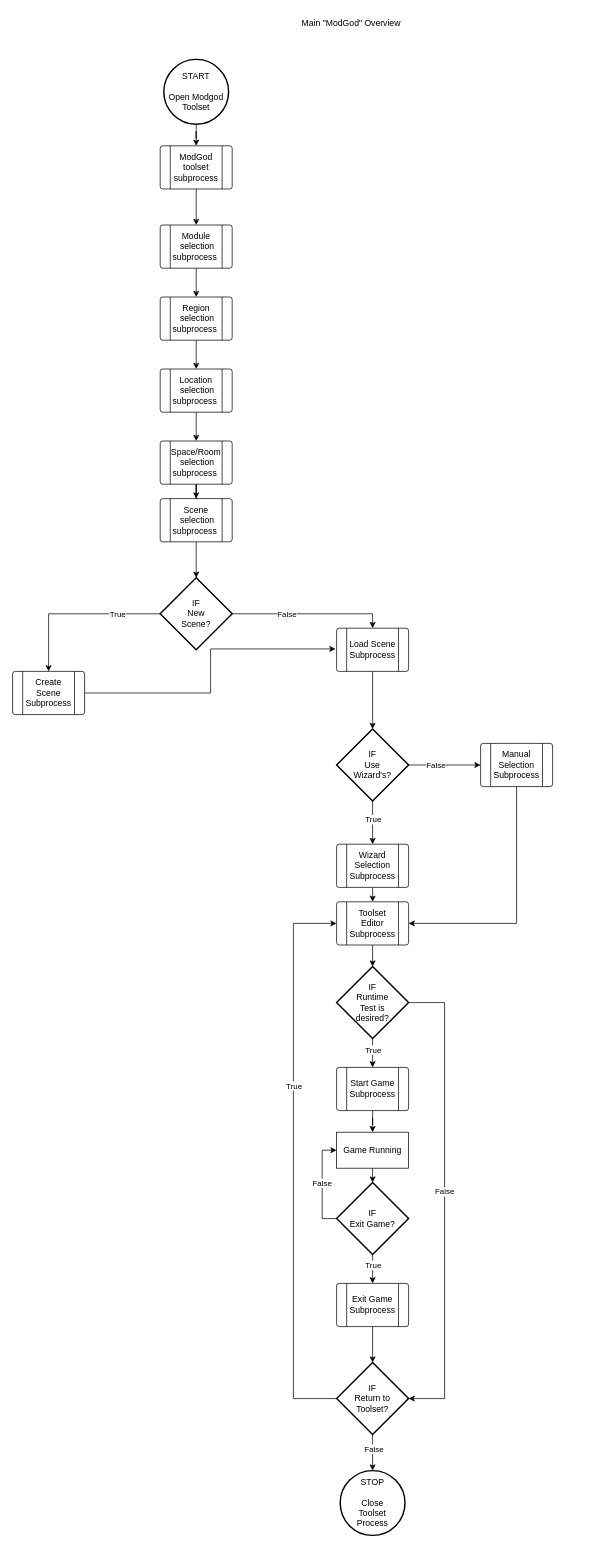
This is Phase2/Flowcharts/modgodToolset/ModGod/ModGodLocationSelectionSubprocess.drawio from RPG-Research/bcirpg, a draw.io file, before an edit. Source tidied: cells renumbered, new cells numbered last; positions are measured from the earlier drawing's top-left corner, leaving out a move shared by most shapes. Both pictures are drawn from the tidied source at 72%, with x=0, y=0 at pixel (12, 12).
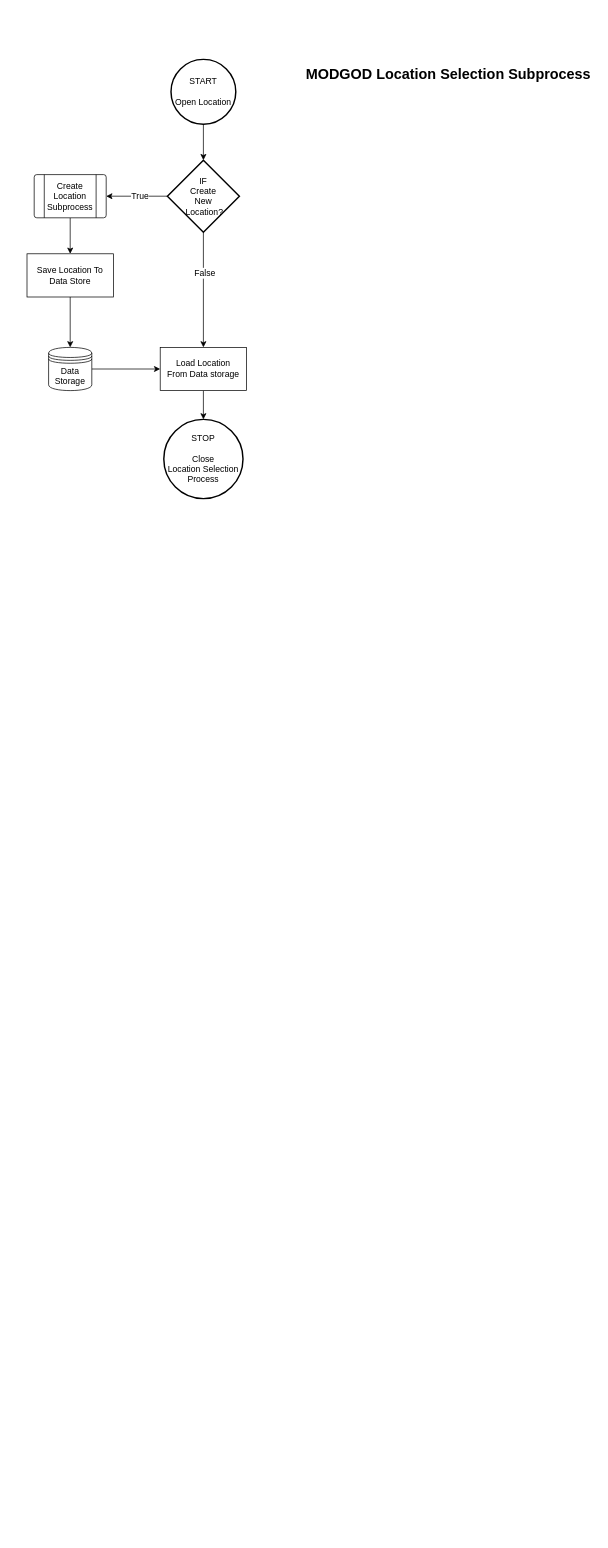
Above is the later version.

Commit message (it also covers changes not shown here):
Added updates for the selection side of the modgod flowcharts

Change to the diagram source:
```diff
@@
-    <mxCell id="2" style="edgeStyle=orthogonalEdgeStyle;rounded=0;jettySize=auto;html=1;entryX=0.5;entryY=0;entryDx=0;entryDy=0;" parent="1" edge="1" source="3" target="5">
-      <mxGeometry relative="1" as="geometry" />
-    </mxCell>
-    <mxCell id="3" value="START&lt;br&gt;&lt;br&gt;Open Modgod&lt;br&gt;Toolset" style="strokeWidth=2;html=1;shape=mxgraph.flowchart.start_2;whiteSpace=wrap;" parent="1" vertex="1">
-      <mxGeometry x="210" y="65" width="90" height="90" as="geometry" />
-    </mxCell>
-    <mxCell id="4" style="edgeStyle=orthogonalEdgeStyle;rounded=0;jettySize=auto;html=1;entryX=0.5;entryY=0;entryDx=0;entryDy=0;" parent="1" edge="1" source="5" target="7">
-      <mxGeometry relative="1" as="geometry" />
-    </mxCell>
-    <mxCell id="5" value="ModGod toolset subprocess" style="verticalLabelPosition=middle;verticalAlign=middle;html=1;shape=process;whiteSpace=wrap;rounded=1;size=0.14;arcSize=6;labelPosition=center;align=center;" parent="1" vertex="1">
-      <mxGeometry x="205" y="185" width="100" height="60" as="geometry" />
-    </mxCell>
-    <mxCell id="6" style="edgeStyle=orthogonalEdgeStyle;rounded=0;jettySize=auto;html=1;exitX=0.5;exitY=1;exitDx=0;exitDy=0;entryX=0.5;entryY=0;entryDx=0;entryDy=0;" parent="1" edge="1" source="7" target="54">
-      <mxGeometry relative="1" as="geometry" />
-    </mxCell>
-    <mxCell id="7" value="Module&lt;br&gt;&amp;nbsp;selection subprocess&amp;nbsp;" style="verticalLabelPosition=middle;verticalAlign=middle;html=1;shape=process;whiteSpace=wrap;rounded=1;size=0.14;arcSize=6;labelPosition=center;align=center;" parent="1" vertex="1">
-      <mxGeometry x="205" y="295" width="100" height="60" as="geometry" />
-    </mxCell>
-    <mxCell id="8" style="edgeStyle=orthogonalEdgeStyle;rounded=0;jettySize=auto;html=1;exitX=0.5;exitY=1;exitDx=0;exitDy=0;" parent="1" edge="1" source="52">
-      <mxGeometry relative="1" as="geometry">
-        <mxPoint x="255" y="785" as="targetPoint" />
-      </mxGeometry>
-    </mxCell>
-    <mxCell id="9" style="edgeStyle=orthogonalEdgeStyle;rounded=0;jettySize=auto;html=1;exitX=1;exitY=0.5;exitDx=0;exitDy=0;exitPerimeter=0;entryX=0.5;entryY=0;entryDx=0;entryDy=0;" parent="1" edge="1" source="13" target="26">
-      <mxGeometry relative="1" as="geometry" />
-    </mxCell>
-    <mxCell id="10" value="False" style="edgeLabel;html=1;align=center;verticalAlign=middle;" parent="9" vertex="1">
-      <mxGeometry x="-0.3" relative="1" as="geometry" />
-    </mxCell>
-    <mxCell id="11" style="edgeStyle=orthogonalEdgeStyle;rounded=0;jettySize=auto;html=1;entryX=0.5;entryY=0;entryDx=0;entryDy=0;" parent="1" edge="1" source="13" target="28">
-      <mxGeometry relative="1" as="geometry" />
-    </mxCell>
-    <mxCell id="12" value="True" style="edgeLabel;html=1;align=center;verticalAlign=middle;" parent="11" vertex="1">
-      <mxGeometry x="-0.49" relative="1" as="geometry" />
-    </mxCell>
-    <mxCell id="13" value="IF&lt;br&gt;New&lt;br&gt;Scene?" style="strokeWidth=2;html=1;shape=mxgraph.flowchart.decision;whiteSpace=wrap;" parent="1" vertex="1">
-      <mxGeometry x="205" y="785" width="100" height="100" as="geometry" />
-    </mxCell>
-    <mxCell id="14" style="edgeStyle=orthogonalEdgeStyle;rounded=0;jettySize=auto;html=1;exitX=0.5;exitY=1;exitDx=0;exitDy=0;entryX=0.5;entryY=0;entryDx=0;entryDy=0;" parent="1" edge="1" source="15" target="38">
-      <mxGeometry relative="1" as="geometry" />
-    </mxCell>
-    <mxCell id="15" value="Wizard&lt;br&gt;Selection&lt;br&gt;Subprocess" style="verticalLabelPosition=middle;verticalAlign=middle;html=1;shape=process;whiteSpace=wrap;rounded=1;size=0.14;arcSize=6;labelPosition=center;align=center;" parent="1" vertex="1">
-      <mxGeometry x="450" y="1155" width="100" height="60" as="geometry" />
-    </mxCell>
-    <mxCell id="16" style="edgeStyle=orthogonalEdgeStyle;rounded=0;jettySize=auto;html=1;exitX=0.5;exitY=1;exitDx=0;exitDy=0;exitPerimeter=0;entryX=0.5;entryY=0;entryDx=0;entryDy=0;" parent="1" edge="1" source="20" target="22">
-      <mxGeometry relative="1" as="geometry" />
-    </mxCell>
-    <mxCell id="17" value="True" style="edgeLabel;html=1;align=center;verticalAlign=middle;" parent="16" vertex="1">
-      <mxGeometry x="-0.24" relative="1" as="geometry" />
-    </mxCell>
-    <mxCell id="18" style="edgeStyle=orthogonalEdgeStyle;rounded=0;jettySize=auto;html=1;exitX=1;exitY=0.5;exitDx=0;exitDy=0;exitPerimeter=0;entryX=1;entryY=0.5;entryDx=0;entryDy=0;entryPerimeter=0;" parent="1" edge="1" source="20" target="50">
-      <mxGeometry relative="1" as="geometry">
-        <Array as="points">
-          <mxPoint x="600" y="1375" />
-          <mxPoint x="600" y="1925" />
-        </Array>
-      </mxGeometry>
-    </mxCell>
-    <mxCell id="19" value="False" style="edgeLabel;html=1;align=center;verticalAlign=middle;" parent="18" vertex="1">
-      <mxGeometry x="-0.04" y="-1" relative="1" as="geometry" />
-    </mxCell>
-    <mxCell id="20" value="IF&lt;br&gt;Runtime&lt;br&gt;Test is&lt;br&gt;desired?" style="strokeWidth=2;html=1;shape=mxgraph.flowchart.decision;whiteSpace=wrap;" parent="1" vertex="1">
-      <mxGeometry x="450" y="1325" width="100" height="100" as="geometry" />
-    </mxCell>
-    <mxCell id="21" style="edgeStyle=orthogonalEdgeStyle;rounded=0;jettySize=auto;html=1;exitX=0.5;exitY=1;exitDx=0;exitDy=0;" parent="1" edge="1" source="22" target="40">
-      <mxGeometry relative="1" as="geometry" />
-    </mxCell>
-    <mxCell id="22" value="Start Game&lt;br&gt;Subprocess" style="verticalLabelPosition=middle;verticalAlign=middle;html=1;shape=process;whiteSpace=wrap;rounded=1;size=0.14;arcSize=6;labelPosition=center;align=center;" parent="1" vertex="1">
-      <mxGeometry x="450" y="1465" width="100" height="60" as="geometry" />
-    </mxCell>
-    <mxCell id="23" style="edgeStyle=orthogonalEdgeStyle;rounded=0;jettySize=auto;html=1;exitX=0.5;exitY=1;exitDx=0;exitDy=0;entryX=0.5;entryY=0;entryDx=0;entryDy=0;entryPerimeter=0;" parent="1" edge="1" source="24" target="50">
-      <mxGeometry relative="1" as="geometry" />
-    </mxCell>
-    <mxCell id="24" value="Exit Game&lt;br&gt;Subprocess" style="verticalLabelPosition=middle;verticalAlign=middle;html=1;shape=process;whiteSpace=wrap;rounded=1;size=0.14;arcSize=6;labelPosition=center;align=center;" parent="1" vertex="1">
-      <mxGeometry x="450" y="1765" width="100" height="60" as="geometry" />
-    </mxCell>
-    <mxCell id="25" style="edgeStyle=orthogonalEdgeStyle;rounded=0;jettySize=auto;html=1;exitX=0.5;exitY=1;exitDx=0;exitDy=0;entryX=0.5;entryY=0;entryDx=0;entryDy=0;entryPerimeter=0;" parent="1" edge="1" source="26" target="34">
-      <mxGeometry relative="1" as="geometry" />
-    </mxCell>
-    <mxCell id="26" value="Load Scene&lt;br&gt;Subprocess" style="verticalLabelPosition=middle;verticalAlign=middle;html=1;shape=process;whiteSpace=wrap;rounded=1;size=0.14;arcSize=6;labelPosition=center;align=center;" parent="1" vertex="1">
-      <mxGeometry x="450" y="855" width="100" height="60" as="geometry" />
-    </mxCell>
-    <mxCell id="27" style="edgeStyle=orthogonalEdgeStyle;rounded=0;jettySize=auto;html=1;exitX=1;exitY=0.5;exitDx=0;exitDy=0;entryX=-0.015;entryY=0.48;entryDx=0;entryDy=0;entryPerimeter=0;" parent="1" edge="1" source="28" target="26">
-      <mxGeometry relative="1" as="geometry" />
-    </mxCell>
-    <mxCell id="28" value="Create&lt;br&gt;Scene&lt;br&gt;Subprocess" style="verticalLabelPosition=middle;verticalAlign=middle;html=1;shape=process;whiteSpace=wrap;rounded=1;size=0.14;arcSize=6;labelPosition=center;align=center;" parent="1" vertex="1">
-      <mxGeometry y="915" width="100" height="60" as="geometry" />
-    </mxCell>
-    <mxCell id="29" value="Main &quot;ModGod&quot; Overview" style="text;html=1;align=center;verticalAlign=middle;strokeColor=none;fillColor=none;" parent="1" vertex="1">
-      <mxGeometry x="390" width="160" height="30" as="geometry" />
-    </mxCell>
-    <mxCell id="30" style="edgeStyle=orthogonalEdgeStyle;rounded=0;jettySize=auto;html=1;exitX=0.5;exitY=1;exitDx=0;exitDy=0;exitPerimeter=0;" parent="1" edge="1" source="34" target="15">
-      <mxGeometry relative="1" as="geometry" />
-    </mxCell>
-    <mxCell id="31" value="True" style="edgeLabel;html=1;align=center;verticalAlign=middle;" parent="30" vertex="1">
-      <mxGeometry x="-0.17" relative="1" as="geometry" />
-    </mxCell>
-    <mxCell id="32" style="edgeStyle=orthogonalEdgeStyle;rounded=0;jettySize=auto;html=1;exitX=1;exitY=0.5;exitDx=0;exitDy=0;exitPerimeter=0;entryX=0;entryY=0.5;entryDx=0;entryDy=0;" parent="1" edge="1" source="34" target="36">
-      <mxGeometry relative="1" as="geometry" />
-    </mxCell>
-    <mxCell id="33" value="False" style="edgeLabel;html=1;align=center;verticalAlign=middle;" parent="32" vertex="1">
-      <mxGeometry x="-0.27" relative="1" as="geometry" />
-    </mxCell>
-    <mxCell id="34" value="IF&lt;br&gt;Use&lt;br&gt;Wizard's?" style="strokeWidth=2;html=1;shape=mxgraph.flowchart.decision;whiteSpace=wrap;" parent="1" vertex="1">
-      <mxGeometry x="450" y="995" width="100" height="100" as="geometry" />
-    </mxCell>
-    <mxCell id="35" style="edgeStyle=orthogonalEdgeStyle;rounded=0;jettySize=auto;html=1;exitX=0.5;exitY=1;exitDx=0;exitDy=0;entryX=1;entryY=0.5;entryDx=0;entryDy=0;" parent="1" edge="1" source="36" target="38">
-      <mxGeometry relative="1" as="geometry" />
-    </mxCell>
-    <mxCell id="36" value="Manual&lt;br&gt;Selection&lt;br&gt;Subprocess" style="verticalLabelPosition=middle;verticalAlign=middle;html=1;shape=process;whiteSpace=wrap;rounded=1;size=0.14;arcSize=6;labelPosition=center;align=center;" parent="1" vertex="1">
-      <mxGeometry x="650" y="1015" width="100" height="60" as="geometry" />
-    </mxCell>
-    <mxCell id="37" style="edgeStyle=orthogonalEdgeStyle;rounded=0;jettySize=auto;html=1;exitX=0.5;exitY=1;exitDx=0;exitDy=0;entryX=0.5;entryY=0;entryDx=0;entryDy=0;entryPerimeter=0;" parent="1" edge="1" source="38" target="20">
-      <mxGeometry relative="1" as="geometry" />
-    </mxCell>
-    <mxCell id="38" value="Toolset&lt;br&gt;Editor&lt;br&gt;Subprocess" style="verticalLabelPosition=middle;verticalAlign=middle;html=1;shape=process;whiteSpace=wrap;rounded=1;size=0.14;arcSize=6;labelPosition=center;align=center;" parent="1" vertex="1">
-      <mxGeometry x="450" y="1235" width="100" height="60" as="geometry" />
-    </mxCell>
-    <mxCell id="39" style="edgeStyle=orthogonalEdgeStyle;rounded=0;jettySize=auto;html=1;exitX=0.5;exitY=1;exitDx=0;exitDy=0;entryX=0.5;entryY=0;entryDx=0;entryDy=0;entryPerimeter=0;" parent="1" edge="1" source="40" target="45">
-      <mxGeometry relative="1" as="geometry" />
-    </mxCell>
-    <mxCell id="40" value="Game Running" style="rounded=0;whiteSpace=wrap;html=1;" parent="1" vertex="1">
-      <mxGeometry x="450" y="1555" width="100" height="50" as="geometry" />
-    </mxCell>
-    <mxCell id="41" style="edgeStyle=orthogonalEdgeStyle;rounded=0;jettySize=auto;html=1;exitX=0.5;exitY=1;exitDx=0;exitDy=0;exitPerimeter=0;entryX=0.5;entryY=0;entryDx=0;entryDy=0;" parent="1" edge="1" source="45" target="24">
-      <mxGeometry relative="1" as="geometry" />
-    </mxCell>
-    <mxCell id="42" value="True" style="edgeLabel;html=1;align=center;verticalAlign=middle;" parent="41" vertex="1">
-      <mxGeometry x="-0.29" relative="1" as="geometry" />
-    </mxCell>
-    <mxCell id="43" style="edgeStyle=orthogonalEdgeStyle;rounded=0;jettySize=auto;html=1;exitX=0;exitY=0.5;exitDx=0;exitDy=0;exitPerimeter=0;entryX=0;entryY=0.5;entryDx=0;entryDy=0;" parent="1" edge="1" source="45" target="40">
-      <mxGeometry relative="1" as="geometry" />
-    </mxCell>
-    <mxCell id="44" value="False" style="edgeLabel;html=1;align=center;verticalAlign=middle;" parent="43" vertex="1">
-      <mxGeometry x="0.04" y="1" relative="1" as="geometry" />
-    </mxCell>
-    <mxCell id="45" value="IF&lt;br&gt;Exit Game?" style="strokeWidth=2;html=1;shape=mxgraph.flowchart.decision;whiteSpace=wrap;" parent="1" vertex="1">
-      <mxGeometry x="450" y="1625" width="100" height="100" as="geometry" />
-    </mxCell>
-    <mxCell id="46" style="edgeStyle=orthogonalEdgeStyle;rounded=0;jettySize=auto;html=1;entryX=0;entryY=0.5;entryDx=0;entryDy=0;" parent="1" edge="1" source="50" target="38">
-      <mxGeometry relative="1" as="geometry">
-        <Array as="points">
-          <mxPoint x="390" y="1925" />
-          <mxPoint x="390" y="1265" />
-        </Array>
-      </mxGeometry>
-    </mxCell>
-    <mxCell id="47" value="True" style="edgeLabel;html=1;align=center;verticalAlign=middle;" parent="46" vertex="1">
-      <mxGeometry x="0.27" relative="1" as="geometry" />
-    </mxCell>
-    <mxCell id="48" style="edgeStyle=orthogonalEdgeStyle;rounded=0;jettySize=auto;html=1;exitX=0.5;exitY=1;exitDx=0;exitDy=0;exitPerimeter=0;entryX=0.5;entryY=0;entryDx=0;entryDy=0;entryPerimeter=0;" parent="1" edge="1" source="50" target="51">
-      <mxGeometry relative="1" as="geometry" />
-    </mxCell>
-    <mxCell id="49" value="False" style="edgeLabel;html=1;align=center;verticalAlign=middle;" parent="48" vertex="1">
-      <mxGeometry x="-0.26" y="1" relative="1" as="geometry" />
-    </mxCell>
-    <mxCell id="50" value="IF&lt;br&gt;Return to&lt;br&gt;Toolset?" style="strokeWidth=2;html=1;shape=mxgraph.flowchart.decision;whiteSpace=wrap;" parent="1" vertex="1">
-      <mxGeometry x="450" y="1875" width="100" height="100" as="geometry" />
-    </mxCell>
-    <mxCell id="51" value="STOP&lt;br&gt;&lt;br&gt;Close&lt;br&gt;Toolset&lt;br&gt;Process" style="strokeWidth=2;html=1;shape=mxgraph.flowchart.start_2;whiteSpace=wrap;" parent="1" vertex="1">
-      <mxGeometry x="455" y="2025" width="90" height="90" as="geometry" />
-    </mxCell>
-    <mxCell id="52" value="Scene&lt;br&gt;&amp;nbsp;selection subprocess&amp;nbsp;" style="verticalLabelPosition=middle;verticalAlign=middle;html=1;shape=process;whiteSpace=wrap;rounded=1;size=0.14;arcSize=6;labelPosition=center;align=center;" parent="1" vertex="1">
-      <mxGeometry x="205" y="675" width="100" height="60" as="geometry" />
-    </mxCell>
-    <mxCell id="53" style="edgeStyle=orthogonalEdgeStyle;rounded=0;jettySize=auto;html=1;exitX=0.5;exitY=1;exitDx=0;exitDy=0;entryX=0.5;entryY=0;entryDx=0;entryDy=0;" parent="1" edge="1" source="54" target="56">
-      <mxGeometry relative="1" as="geometry" />
-    </mxCell>
-    <mxCell id="54" value="Region&lt;br&gt;&amp;nbsp;selection subprocess&amp;nbsp;" style="verticalLabelPosition=middle;verticalAlign=middle;html=1;shape=process;whiteSpace=wrap;rounded=1;size=0.14;arcSize=6;labelPosition=center;align=center;" parent="1" vertex="1">
-      <mxGeometry x="205" y="395" width="100" height="60" as="geometry" />
-    </mxCell>
-    <mxCell id="55" style="edgeStyle=orthogonalEdgeStyle;rounded=0;jettySize=auto;html=1;exitX=0.5;exitY=1;exitDx=0;exitDy=0;" parent="1" edge="1" source="56" target="58">
-      <mxGeometry relative="1" as="geometry" />
-    </mxCell>
-    <mxCell id="56" value="Location&lt;br&gt;&amp;nbsp;selection subprocess&amp;nbsp;" style="verticalLabelPosition=middle;verticalAlign=middle;html=1;shape=process;whiteSpace=wrap;rounded=1;size=0.14;arcSize=6;labelPosition=center;align=center;" parent="1" vertex="1">
-      <mxGeometry x="205" y="495" width="100" height="60" as="geometry" />
-    </mxCell>
-    <mxCell id="57" style="edgeStyle=orthogonalEdgeStyle;rounded=0;jettySize=auto;html=1;exitX=0.5;exitY=1;exitDx=0;exitDy=0;" parent="1" edge="1" source="58" target="52">
-      <mxGeometry relative="1" as="geometry" />
-    </mxCell>
-    <mxCell id="58" value="Space/Room&lt;br&gt;&amp;nbsp;selection subprocess&amp;nbsp;" style="verticalLabelPosition=middle;verticalAlign=middle;html=1;shape=process;whiteSpace=wrap;rounded=1;size=0.14;arcSize=6;labelPosition=center;align=center;" parent="1" vertex="1">
-      <mxGeometry x="205" y="595" width="100" height="60" as="geometry" />
-    </mxCell>
+    <mxCell id="59" style="edgeStyle=orthogonalEdgeStyle;rounded=0;jettySize=auto;html=1;entryX=0.5;entryY=0;entryDx=0;entryDy=0;entryPerimeter=0;" parent="1" edge="1" source="60" target="67">
+      <mxGeometry relative="1" as="geometry" />
+    </mxCell>
+    <mxCell id="60" value="START&lt;br&gt;&lt;br&gt;Open Location" style="strokeWidth=2;html=1;shape=mxgraph.flowchart.start_2;whiteSpace=wrap;" parent="1" vertex="1">
+      <mxGeometry x="220" y="65" width="90" height="90" as="geometry" />
+    </mxCell>
+    <mxCell id="61" value="&lt;b&gt;&lt;font style=&quot;font-size: 20px;&quot;&gt;MODGOD Location Selection Subprocess&lt;/font&gt;&lt;/b&gt;" style="text;html=1;align=center;verticalAlign=middle;strokeColor=none;fillColor=none;" parent="1" vertex="1">
+      <mxGeometry x="400" y="65" width="410" height="40" as="geometry" />
+    </mxCell>
+    <mxCell id="62" value="STOP&lt;br&gt;&lt;br&gt;Close&lt;br&gt;Location Selection&lt;br&gt;Process" style="strokeWidth=2;html=1;shape=mxgraph.flowchart.start_2;whiteSpace=wrap;" parent="1" vertex="1">
+      <mxGeometry x="210" y="565" width="110" height="110" as="geometry" />
+    </mxCell>
+    <mxCell id="63" style="edgeStyle=orthogonalEdgeStyle;rounded=0;jettySize=auto;html=1;exitX=0.5;exitY=1;exitDx=0;exitDy=0;exitPerimeter=0;fontSize=12;entryX=0.5;entryY=0;entryDx=0;entryDy=0;" parent="1" edge="1" source="67" target="69">
+      <mxGeometry relative="1" as="geometry" />
+    </mxCell>
+    <mxCell id="64" value="False" style="edgeLabel;html=1;align=center;verticalAlign=middle;fontSize=12;" parent="63" vertex="1">
+      <mxGeometry x="-0.3" y="1" relative="1" as="geometry" />
+    </mxCell>
+    <mxCell id="65" style="edgeStyle=orthogonalEdgeStyle;rounded=0;jettySize=auto;html=1;exitX=0;exitY=0.5;exitDx=0;exitDy=0;exitPerimeter=0;entryX=1;entryY=0.5;entryDx=0;entryDy=0;fontSize=12;" parent="1" edge="1" source="67" target="73">
+      <mxGeometry relative="1" as="geometry" />
+    </mxCell>
+    <mxCell id="66" value="True" style="edgeLabel;html=1;align=center;verticalAlign=middle;fontSize=12;" parent="65" vertex="1">
+      <mxGeometry x="-0.09" relative="1" as="geometry" />
+    </mxCell>
+    <mxCell id="67" value="IF&lt;br&gt;Create&lt;br&gt;New&lt;br&gt;&amp;nbsp;Location?" style="strokeWidth=2;html=1;shape=mxgraph.flowchart.decision;whiteSpace=wrap;" parent="1" vertex="1">
+      <mxGeometry x="215" y="205" width="100" height="100" as="geometry" />
+    </mxCell>
+    <mxCell id="68" style="edgeStyle=orthogonalEdgeStyle;rounded=0;jettySize=auto;html=1;exitX=0.5;exitY=1;exitDx=0;exitDy=0;fontSize=12;" parent="1" edge="1" source="69" target="62">
+      <mxGeometry relative="1" as="geometry" />
+    </mxCell>
+    <mxCell id="69" value="Load Location&lt;br&gt;From Data storage" style="rounded=0;whiteSpace=wrap;html=1;fontSize=12;" parent="1" vertex="1">
+      <mxGeometry x="205" y="465" width="120" height="60" as="geometry" />
+    </mxCell>
+    <mxCell id="70" style="edgeStyle=orthogonalEdgeStyle;rounded=0;jettySize=auto;html=1;exitX=1;exitY=0.5;exitDx=0;exitDy=0;entryX=0;entryY=0.5;entryDx=0;entryDy=0;fontSize=12;" parent="1" edge="1" source="71" target="69">
+      <mxGeometry relative="1" as="geometry" />
+    </mxCell>
+    <mxCell id="71" value="Data&lt;br&gt;Storage" style="shape=datastore;whiteSpace=wrap;html=1;fontSize=12;" parent="1" vertex="1">
+      <mxGeometry x="50" y="465" width="60" height="60" as="geometry" />
+    </mxCell>
+    <mxCell id="72" style="edgeStyle=orthogonalEdgeStyle;rounded=0;jettySize=auto;html=1;exitX=0.5;exitY=1;exitDx=0;exitDy=0;fontSize=12;" parent="1" edge="1" source="73" target="75">
+      <mxGeometry relative="1" as="geometry" />
+    </mxCell>
+    <mxCell id="73" value="Create Location&lt;br&gt;Subprocess" style="verticalLabelPosition=middle;verticalAlign=middle;html=1;shape=process;whiteSpace=wrap;rounded=1;size=0.14;arcSize=6;fontSize=12;labelPosition=center;align=center;" parent="1" vertex="1">
+      <mxGeometry x="30" y="225" width="100" height="60" as="geometry" />
+    </mxCell>
+    <mxCell id="74" style="edgeStyle=orthogonalEdgeStyle;rounded=0;jettySize=auto;html=1;fontSize=12;" parent="1" edge="1" source="75" target="71">
+      <mxGeometry relative="1" as="geometry" />
+    </mxCell>
+    <mxCell id="75" value="Save Location To&lt;br&gt;Data Store" style="rounded=0;whiteSpace=wrap;html=1;fontSize=12;" parent="1" vertex="1">
+      <mxGeometry x="20" y="335" width="120" height="60" as="geometry" />
+    </mxCell>
```
